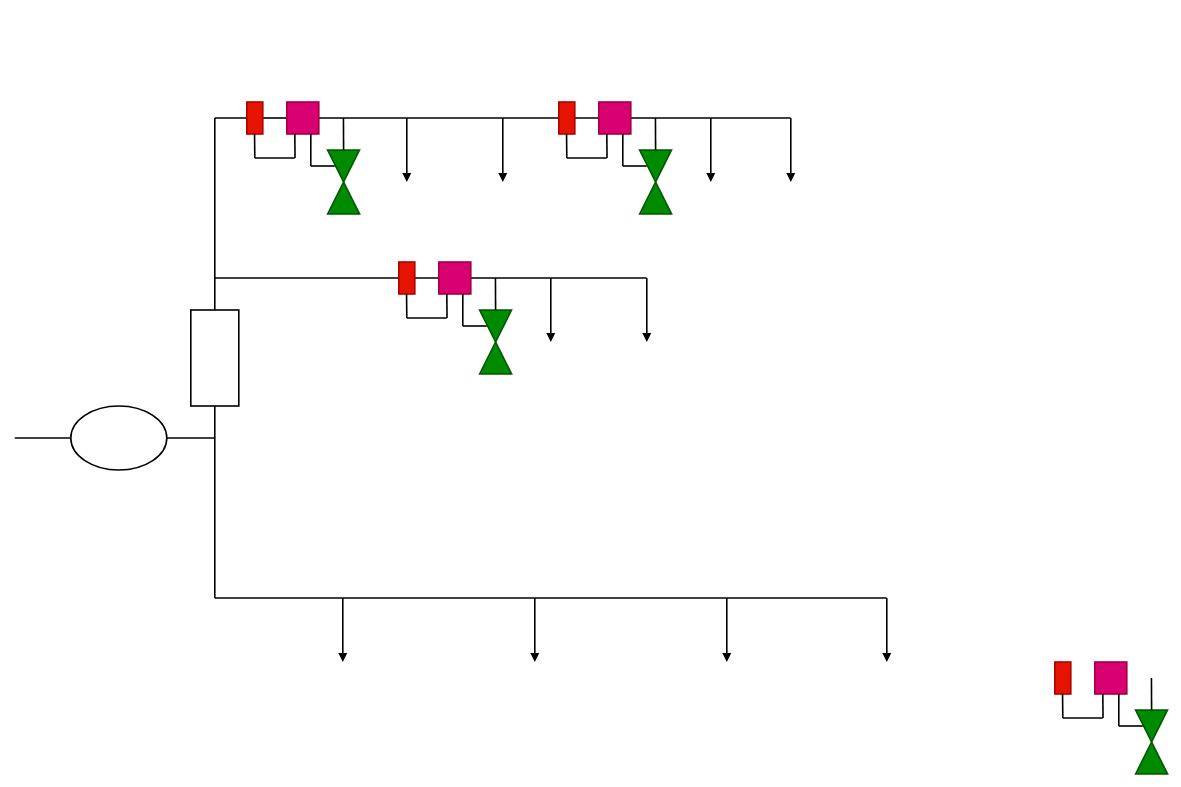
This is page "US-ems" (2 of 3) of SJTUthesisImages.drawio from Pengyu-Jin/draw.io-projects-file, a draw.io file, before an edit. Source tidied: cells renumbered, new cells numbered last; positions are measured from the earlier drawing's top-left corner, leaving out a move shared by most shapes. Both pictures are drawn from the tidied source at 80%, with x=0, y=0 at pixel (14, 102).
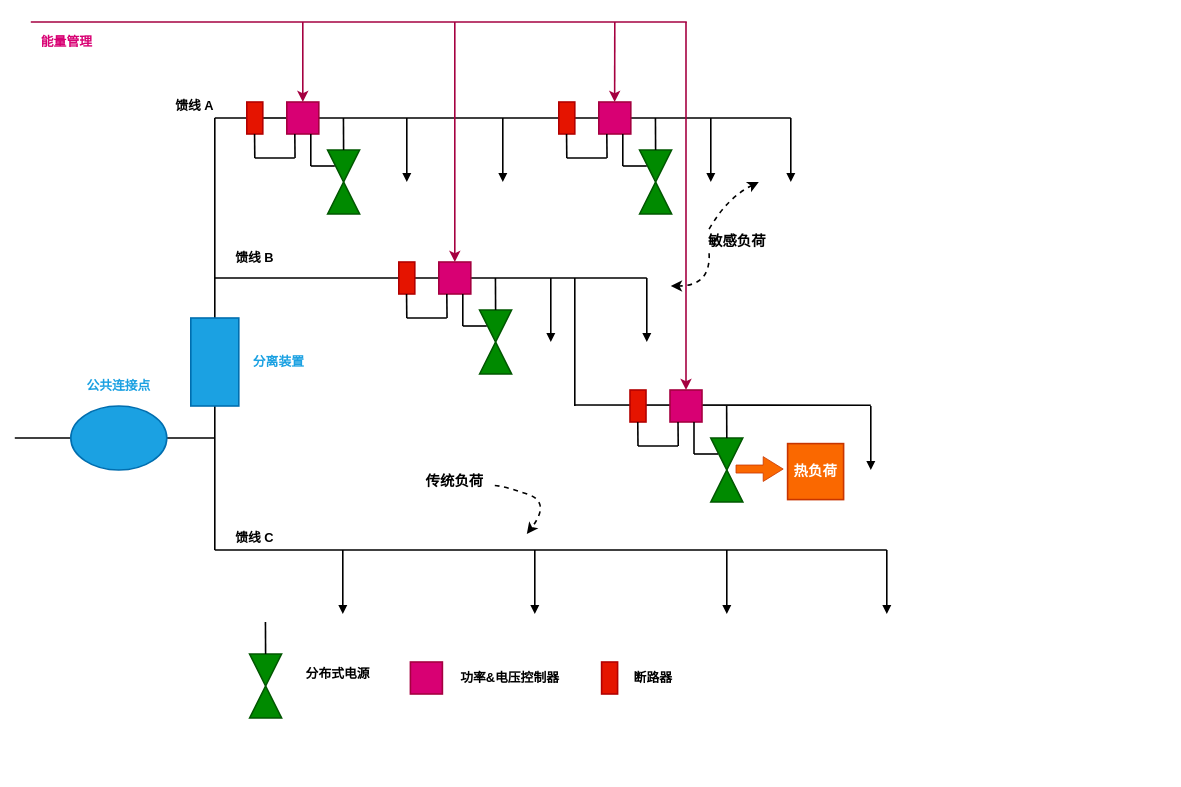
The same page after the edit.

The change refers to these unchanged cells:
```xml
<mxCell id="15" style="whiteSpace=wrap;html=1;strokeWidth=2;fillColor=#d80073;fontColor=#ffffff;strokeColor=#A50040;" parent="1" vertex="1">
  <mxGeometry x="340" width="40" height="40" as="geometry" />
</mxCell>
<mxCell id="28" style="whiteSpace=wrap;html=1;strokeWidth=2;fillColor=#d80073;fontColor=#ffffff;strokeColor=#A50040;" parent="27" vertex="1">
  <mxGeometry x="50" width="40" height="40" as="geometry" />
</mxCell>
<mxCell id="40" style="whiteSpace=wrap;html=1;strokeWidth=2;fillColor=#d80073;fontColor=#ffffff;strokeColor=#A50040;" parent="39" vertex="1">
  <mxGeometry x="50" width="40" height="40" as="geometry" />
</mxCell>
```

The edit, as a diff of the source:
```diff
@@
+    <mxCell id="68" style="endArrow=none;html=1;rounded=0;strokeWidth=2;" parent="1" edge="1">
+      <mxGeometry relative="1" as="geometry">
+        <mxPoint x="700" y="378.8" as="sourcePoint" />
+        <mxPoint x="1070" y="379" as="targetPoint" />
+      </mxGeometry>
+    </mxCell>
@@
-    <mxCell id="3" style="ellipse;whiteSpace=wrap;html=1;strokeWidth=2;" parent="1" vertex="1">
+    <mxCell id="3" style="ellipse;whiteSpace=wrap;html=1;strokeWidth=2;fillColor=#1ba1e2;fontColor=#ffffff;strokeColor=#006EAF;" parent="1" vertex="1">
       <mxGeometry x="70" y="380" width="120" height="80" as="geometry" />
     </mxCell>
     <mxCell id="4" style="endArrow=none;html=1;rounded=0;strokeWidth=2;" parent="1" edge="1">
       <mxGeometry relative="1" as="geometry">
         <mxPoint x="250" y="20" as="sourcePoint" />
-        <mxPoint x="250" y="620" as="targetPoint" />
+        <mxPoint x="250" y="560" as="targetPoint" />
       </mxGeometry>
     </mxCell>
@@
     <mxCell id="6" style="endArrow=none;html=1;rounded=0;strokeWidth=2;" parent="1" edge="1">
       <mxGeometry relative="1" as="geometry">
-        <mxPoint x="250" y="620" as="sourcePoint" />
-        <mxPoint x="1090" y="620" as="targetPoint" />
+        <mxPoint x="250" y="560" as="sourcePoint" />
+        <mxPoint x="1090" y="560" as="targetPoint" />
       </mxGeometry>
     </mxCell>
     <mxCell id="7" style="endArrow=none;html=1;rounded=0;strokeWidth=2;startArrow=block;startFill=1;" parent="1" edge="1">
       <mxGeometry relative="1" as="geometry">
-        <mxPoint x="410" y="700" as="sourcePoint" />
-        <mxPoint x="410" y="620" as="targetPoint" />
+        <mxPoint x="410" y="640" as="sourcePoint" />
+        <mxPoint x="410" y="560" as="targetPoint" />
       </mxGeometry>
     </mxCell>
     <mxCell id="8" style="endArrow=none;html=1;rounded=0;strokeWidth=2;startArrow=block;startFill=1;" parent="1" edge="1">
       <mxGeometry relative="1" as="geometry">
-        <mxPoint x="650" y="700" as="sourcePoint" />
-        <mxPoint x="650" y="620" as="targetPoint" />
+        <mxPoint x="650" y="640" as="sourcePoint" />
+        <mxPoint x="650" y="560" as="targetPoint" />
       </mxGeometry>
     </mxCell>
     <mxCell id="9" style="endArrow=none;html=1;rounded=0;strokeWidth=2;startArrow=block;startFill=1;" parent="1" edge="1">
       <mxGeometry relative="1" as="geometry">
-        <mxPoint x="890" y="700" as="sourcePoint" />
-        <mxPoint x="890" y="620" as="targetPoint" />
+        <mxPoint x="890" y="640" as="sourcePoint" />
+        <mxPoint x="890" y="560" as="targetPoint" />
       </mxGeometry>
     </mxCell>
     <mxCell id="10" style="endArrow=none;html=1;rounded=0;strokeWidth=2;startArrow=block;startFill=1;" parent="1" edge="1">
       <mxGeometry relative="1" as="geometry">
-        <mxPoint x="1090" y="700" as="sourcePoint" />
-        <mxPoint x="1090" y="620" as="targetPoint" />
+        <mxPoint x="1090" y="640" as="sourcePoint" />
+        <mxPoint x="1090" y="560" as="targetPoint" />
       </mxGeometry>
     </mxCell>
@@
-    <mxCell id="12" style="rounded=0;whiteSpace=wrap;html=1;strokeWidth=2;direction=south;" parent="1" vertex="1">
-      <mxGeometry x="220" y="260" width="60" height="120" as="geometry" />
+    <mxCell id="12" style="rounded=0;whiteSpace=wrap;html=1;strokeWidth=2;direction=south;fillColor=#1ba1e2;fontColor=#ffffff;strokeColor=#006EAF;" parent="1" vertex="1">
+      <mxGeometry x="220" y="270" width="60" height="110" as="geometry" />
     </mxCell>
@@
+    <mxCell id="69" style="rounded=0;jettySize=auto;html=1;exitX=0.5;exitY=0;exitDx=0;exitDy=0;fontSize=12;startSize=8;endSize=8;startArrow=classic;startFill=1;endArrow=none;endFill=0;strokeWidth=2;fillColor=#d80073;strokeColor=#A50040;" parent="1" edge="1" source="15">
+      <mxGeometry relative="1" as="geometry">
+        <mxPoint x="360" y="-100" as="targetPoint" />
+      </mxGeometry>
+    </mxCell>
@@
     <mxCell id="39" style="group;" parent="1" vertex="1">
-      <mxGeometry x="1300" y="700" width="141" height="140" as="geometry" />
+      <mxGeometry x="769" y="360" width="141" height="140" as="geometry" />
     </mxCell>
@@
+    <mxCell id="70" style="endArrow=none;html=1;rounded=0;strokeWidth=2;startArrow=none;startFill=0;" parent="1" edge="1">
+      <mxGeometry relative="1" as="geometry">
+        <mxPoint x="700" y="380" as="sourcePoint" />
+        <mxPoint x="700" y="220" as="targetPoint" />
+      </mxGeometry>
+    </mxCell>
+    <mxCell id="71" style="shape=flexArrow;endArrow=classic;html=1;rounded=0;fontSize=12;startSize=8;endSize=8;curved=1;fillColor=#fa6800;strokeColor=#C73500;" parent="1" edge="1">
+      <mxGeometry relative="1" as="geometry">
+        <mxPoint x="901" y="458.8" as="sourcePoint" />
+        <mxPoint x="961" y="458.8" as="targetPoint" />
+      </mxGeometry>
+    </mxCell>
+    <mxCell id="72" value="&lt;font style=&quot;color: rgb(255, 255, 255); font-size: 18px;&quot;&gt;&lt;b style=&quot;&quot;&gt;热负荷&lt;/b&gt;&lt;/font&gt;" style="whiteSpace=wrap;html=1;strokeWidth=2;fillColor=#fa6800;fontColor=#000000;strokeColor=#C73500;" parent="1" vertex="1">
+      <mxGeometry x="966" y="427" width="70" height="70" as="geometry" />
+    </mxCell>
+    <mxCell id="73" style="endArrow=none;html=1;rounded=0;strokeWidth=2;startArrow=block;startFill=1;" parent="1" edge="1">
+      <mxGeometry relative="1" as="geometry">
+        <mxPoint x="1070" y="460" as="sourcePoint" />
+        <mxPoint x="1070" y="380" as="targetPoint" />
+      </mxGeometry>
+    </mxCell>
+    <mxCell id="74" style="endArrow=none;html=1;rounded=0;strokeWidth=2;fillColor=#d80073;strokeColor=#A50040;" parent="1" edge="1">
+      <mxGeometry relative="1" as="geometry">
+        <mxPoint x="20" y="-100" as="sourcePoint" />
+        <mxPoint x="840" y="-100" as="targetPoint" />
+      </mxGeometry>
+    </mxCell>
+    <mxCell id="75" style="rounded=0;orthogonalLoop=1;jettySize=auto;html=1;exitX=0.5;exitY=0;exitDx=0;exitDy=0;fontSize=12;startSize=8;endSize=8;startArrow=classic;startFill=1;endArrow=none;endFill=0;strokeWidth=2;fillColor=#d80073;strokeColor=#A50040;" parent="1" edge="1">
+      <mxGeometry relative="1" as="geometry">
+        <mxPoint x="749.8" as="sourcePoint" />
+        <mxPoint x="750" y="-100" as="targetPoint" />
+      </mxGeometry>
+    </mxCell>
+    <mxCell id="76" style="rounded=0;jettySize=auto;html=1;exitX=0.5;exitY=0;exitDx=0;exitDy=0;fontSize=12;startSize=8;endSize=8;startArrow=classic;startFill=1;endArrow=none;endFill=0;strokeWidth=2;fillColor=#d80073;strokeColor=#A50040;" parent="1" edge="1" source="40">
+      <mxGeometry relative="1" as="geometry">
+        <mxPoint x="839" y="-100" as="targetPoint" />
+      </mxGeometry>
+    </mxCell>
+    <mxCell id="77" style="rounded=0;jettySize=auto;html=1;fontSize=12;startSize=8;endSize=8;startArrow=classic;startFill=1;endArrow=none;endFill=0;strokeWidth=2;fillColor=#d80073;strokeColor=#A50040;" parent="1" edge="1" source="28">
+      <mxGeometry relative="1" as="geometry">
+        <mxPoint x="550" y="-100" as="targetPoint" />
+      </mxGeometry>
+    </mxCell>
+    <mxCell id="78" value="&lt;font&gt;&lt;b&gt;馈线 A&lt;/b&gt;&lt;/font&gt;" style="text;strokeColor=none;fillColor=none;html=1;align=center;verticalAlign=middle;whiteSpace=wrap;rounded=0;fontSize=16;" parent="1" vertex="1">
+      <mxGeometry x="190" y="-10" width="70" height="30" as="geometry" />
+    </mxCell>
+    <mxCell id="79" value="&lt;font&gt;&lt;b&gt;馈线 B&lt;/b&gt;&lt;/font&gt;" style="text;strokeColor=none;fillColor=none;html=1;align=center;verticalAlign=middle;whiteSpace=wrap;rounded=0;fontSize=16;" parent="1" vertex="1">
+      <mxGeometry x="260" y="180" width="80" height="30" as="geometry" />
+    </mxCell>
+    <mxCell id="80" value="&lt;font&gt;&lt;b&gt;馈线 C&lt;/b&gt;&lt;/font&gt;" style="text;strokeColor=none;fillColor=none;html=1;align=center;verticalAlign=middle;whiteSpace=wrap;rounded=0;fontSize=16;" parent="1" vertex="1">
+      <mxGeometry x="260" y="530" width="80" height="30" as="geometry" />
+    </mxCell>
+    <mxCell id="81" style="edgeStyle=none;curved=1;rounded=0;orthogonalLoop=1;jettySize=auto;html=1;fontSize=12;startSize=8;endSize=8;dashed=1;strokeWidth=2;" parent="1" edge="1">
+      <mxGeometry relative="1" as="geometry">
+        <mxPoint x="600" y="479.3" as="sourcePoint" />
+        <mxPoint x="640" y="540" as="targetPoint" />
+        <Array as="points">
+          <mxPoint x="610.5" y="480" />
+          <mxPoint x="670.5" y="500" />
+        </Array>
+      </mxGeometry>
+    </mxCell>
+    <mxCell id="82" value="&lt;font style=&quot;font-size: 18px;&quot;&gt;&lt;b style=&quot;&quot;&gt;传统负荷&lt;/b&gt;&lt;/font&gt;" style="text;strokeColor=none;fillColor=none;html=1;align=center;verticalAlign=middle;whiteSpace=wrap;rounded=0;fontSize=16;" parent="1" vertex="1">
+      <mxGeometry x="480" y="460" width="139.5" height="30" as="geometry" />
+    </mxCell>
+    <mxCell id="83" value="&lt;font style=&quot;color: light-dark(rgb(27, 161, 226), rgb(237, 237, 237));&quot;&gt;&lt;b&gt;公共连接点&lt;/b&gt;&lt;/font&gt;" style="text;strokeColor=none;fillColor=none;html=1;align=center;verticalAlign=middle;whiteSpace=wrap;rounded=0;fontSize=16;" parent="1" vertex="1">
+      <mxGeometry x="80" y="340" width="100" height="30" as="geometry" />
+    </mxCell>
+    <mxCell id="84" style="edgeStyle=none;curved=1;rounded=0;jettySize=auto;html=1;exitX=0.25;exitY=1;exitDx=0;exitDy=0;fontSize=12;startSize=8;endSize=8;strokeWidth=2;dashed=1;" parent="1" edge="1" source="86">
+      <mxGeometry relative="1" as="geometry">
+        <mxPoint x="820" y="230" as="targetPoint" />
+        <Array as="points">
+          <mxPoint x="870" y="230" />
+        </Array>
+      </mxGeometry>
+    </mxCell>
+    <mxCell id="85" style="edgeStyle=none;curved=1;rounded=0;jettySize=auto;html=1;exitX=0.25;exitY=0;exitDx=0;exitDy=0;fontSize=12;startSize=8;endSize=8;strokeWidth=2;dashed=1;" parent="1" edge="1" source="86">
+      <mxGeometry relative="1" as="geometry">
+        <mxPoint x="930" y="100" as="targetPoint" />
+        <Array as="points">
+          <mxPoint x="890" y="120" />
+        </Array>
+      </mxGeometry>
+    </mxCell>
+    <mxCell id="86" value="&lt;font style=&quot;font-size: 18px;&quot;&gt;&lt;b style=&quot;&quot;&gt;敏感负荷&lt;/b&gt;&lt;/font&gt;" style="text;strokeColor=none;fillColor=none;html=1;align=center;verticalAlign=middle;whiteSpace=wrap;rounded=0;fontSize=16;" parent="1" vertex="1">
+      <mxGeometry x="833" y="159" width="139.5" height="30" as="geometry" />
+    </mxCell>
+    <mxCell id="87" value="&lt;font style=&quot;color: light-dark(rgb(27, 161, 226), rgb(237, 237, 237));&quot;&gt;&lt;b&gt;分离装置&lt;/b&gt;&lt;/font&gt;" style="text;strokeColor=none;fillColor=none;html=1;align=center;verticalAlign=middle;whiteSpace=wrap;rounded=0;fontSize=16;" parent="1" vertex="1">
+      <mxGeometry x="280" y="310" width="100" height="30" as="geometry" />
+    </mxCell>
+    <mxCell id="88" value="&lt;font style=&quot;color: light-dark(rgb(216, 0, 115), rgb(237, 237, 237));&quot;&gt;&lt;b&gt;能量管理&lt;/b&gt;&lt;/font&gt;" style="text;strokeColor=none;fillColor=none;html=1;align=center;verticalAlign=middle;whiteSpace=wrap;rounded=0;fontSize=16;" parent="1" vertex="1">
+      <mxGeometry x="30" y="-90" width="70" height="30" as="geometry" />
+    </mxCell>
+    <mxCell id="89" style="whiteSpace=wrap;html=1;strokeWidth=2;fillColor=#d80073;fontColor=#ffffff;strokeColor=#A50040;" parent="1" vertex="1">
+      <mxGeometry x="494.5" y="700" width="40" height="40" as="geometry" />
+    </mxCell>
+    <mxCell id="90" style="rounded=0;whiteSpace=wrap;html=1;direction=south;strokeWidth=2;fillColor=#e51400;fontColor=#ffffff;strokeColor=#B20000;" parent="1" vertex="1">
+      <mxGeometry x="733.5" y="700" width="20" height="40" as="geometry" />
+    </mxCell>
+    <mxCell id="91" style="group;" parent="1" vertex="1">
+      <mxGeometry x="293.5" y="690" width="40" height="80" as="geometry" />
+    </mxCell>
+    <mxCell id="92" style="triangle;whiteSpace=wrap;html=1;strokeWidth=2;fillColor=#008a00;fontColor=#ffffff;strokeColor=#005700;direction=south;" parent="91" vertex="1">
+      <mxGeometry width="40" height="40" as="geometry" />
+    </mxCell>
+    <mxCell id="93" style="triangle;whiteSpace=wrap;html=1;strokeWidth=2;fillColor=#008a00;fontColor=#ffffff;strokeColor=#005700;direction=north;" parent="91" vertex="1">
+      <mxGeometry y="40" width="40" height="40" as="geometry" />
+    </mxCell>
+    <mxCell id="94" style="endArrow=none;html=1;rounded=0;strokeWidth=2;entryX=0;entryY=0.5;entryDx=0;entryDy=0;" parent="1" edge="1" target="92">
+      <mxGeometry relative="1" as="geometry">
+        <mxPoint x="313.3" y="650" as="sourcePoint" />
+      </mxGeometry>
+    </mxCell>
+    <mxCell id="95" value="&lt;b&gt;分布式电源&lt;/b&gt;" style="text;strokeColor=none;fillColor=none;html=1;align=center;verticalAlign=middle;whiteSpace=wrap;rounded=0;fontSize=16;" parent="1" vertex="1">
+      <mxGeometry x="353.5" y="700" width="100" height="30" as="geometry" />
+    </mxCell>
+    <mxCell id="96" value="&lt;b&gt;功率&amp;amp;电压控制器&lt;/b&gt;" style="text;strokeColor=none;fillColor=none;html=1;align=center;verticalAlign=middle;whiteSpace=wrap;rounded=0;fontSize=16;" parent="1" vertex="1">
+      <mxGeometry x="553.5" y="705" width="130" height="30" as="geometry" />
+    </mxCell>
+    <mxCell id="97" value="&lt;b&gt;断路器&lt;/b&gt;" style="text;strokeColor=none;fillColor=none;html=1;align=center;verticalAlign=middle;whiteSpace=wrap;rounded=0;fontSize=16;" parent="1" vertex="1">
+      <mxGeometry x="763" y="705" width="70" height="30" as="geometry" />
+    </mxCell>
```
